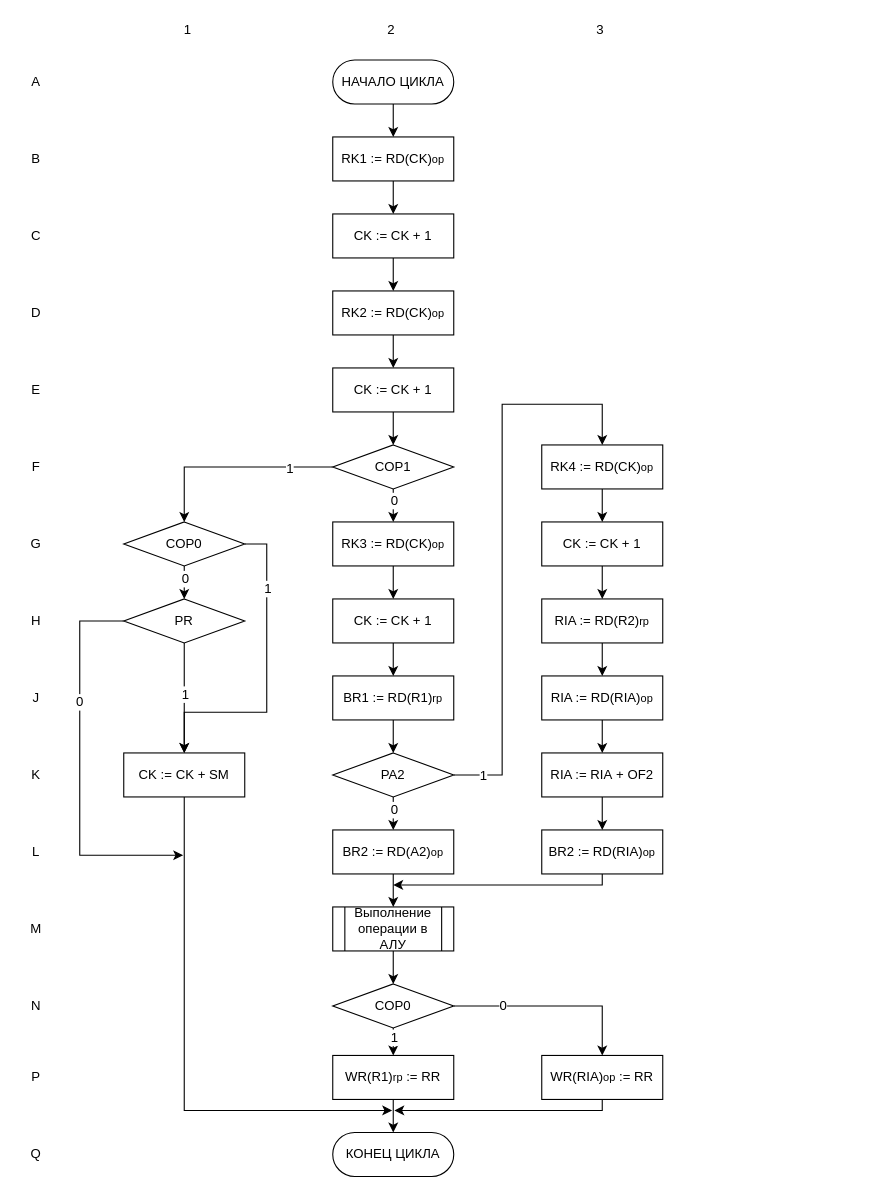
Before: draw.io/buk_Diagram.drawio in meyakovenkoj/processor-coursework, a draw.io diagram. Source tidied: cells renumbered, new cells numbered last; positions are measured from the earlier drawing's top-left corner, leaving out a move shared by most shapes. Both pictures are drawn from the tidied source at 110%, with x=0, y=0 at pixel (19, 19).
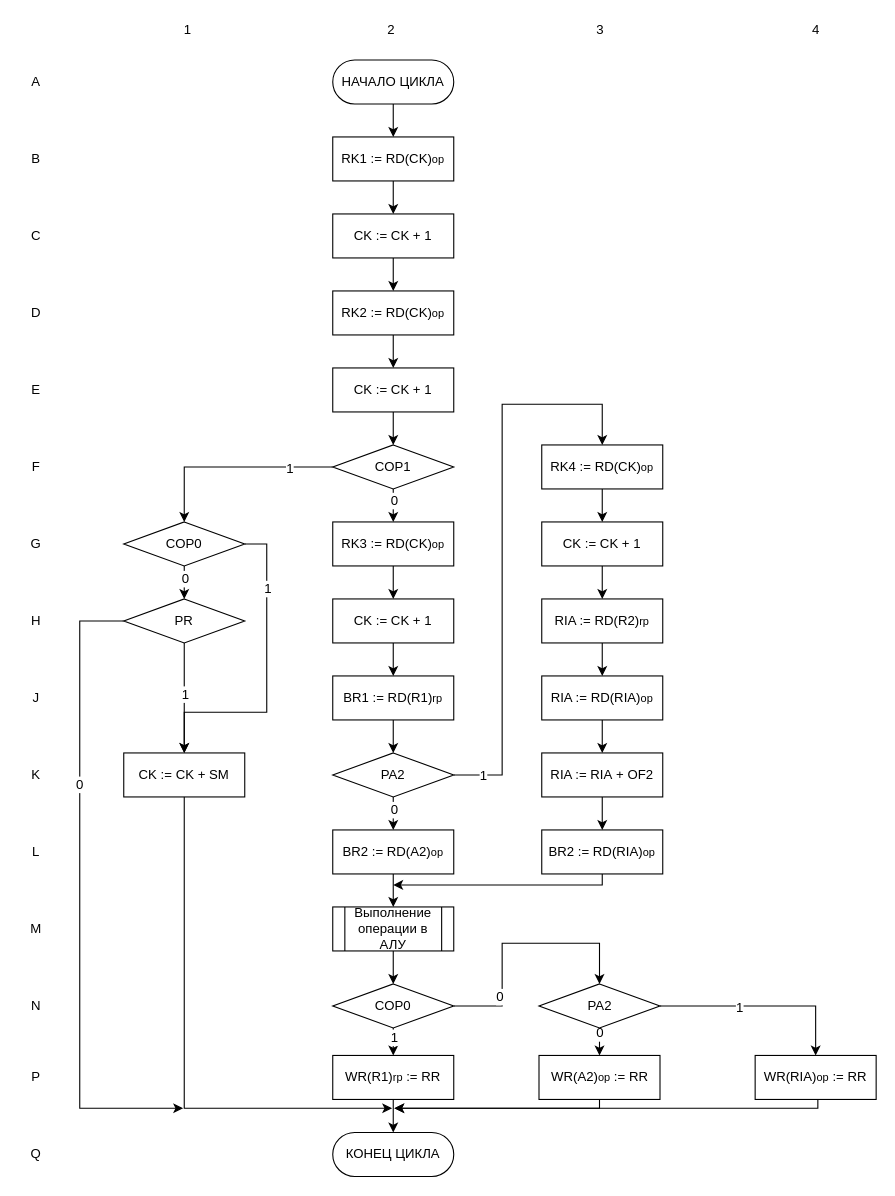
After the change.

The change refers to these unchanged cells:
```xml
<mxCell id="33" value="COP0" style="rhombus;whiteSpace=wrap;html=1;" parent="1" vertex="1">
  <mxGeometry x="285" y="877" width="110" height="40" as="geometry" />
</mxCell>
<mxCell id="40" value="CK := CK + SM" style="rounded=0;whiteSpace=wrap;html=1;" parent="1" vertex="1">
  <mxGeometry x="95" y="667" width="110" height="40" as="geometry" />
</mxCell>
<mxCell id="45" value="PR" style="rhombus;whiteSpace=wrap;html=1;" parent="1" vertex="1">
  <mxGeometry x="95" y="527" width="110" height="40" as="geometry" />
</mxCell>
```

The edit, as a diff of the source:
```diff
@@
-    <mxCell id="29" style="edgeStyle=orthogonalEdgeStyle;rounded=0;jettySize=auto;html=1;exitX=1;exitY=0.5;exitDx=0;exitDy=0;entryX=0.5;entryY=0;entryDx=0;entryDy=0;" parent="1" edge="1" source="33" target="35">
+    <mxCell id="29" style="edgeStyle=orthogonalEdgeStyle;rounded=0;jettySize=auto;html=1;exitX=1;exitY=0.5;exitDx=0;exitDy=0;entryX=0.5;entryY=0;entryDx=0;entryDy=0;" parent="1" edge="1" source="33" target="88">
       <mxGeometry relative="1" as="geometry">
         <Array as="points">
-          <mxPoint x="530" y="897" />
+          <mxPoint x="439" y="897" />
+          <mxPoint x="439" y="840" />
+          <mxPoint x="528" y="840" />
         </Array>
       </mxGeometry>
     </mxCell>
@@
-    <mxCell id="34" style="edgeStyle=orthogonalEdgeStyle;rounded=0;jettySize=auto;html=1;exitX=0.5;exitY=1;exitDx=0;exitDy=0;" parent="1" edge="1" source="35">
+    <mxCell id="34" style="edgeStyle=orthogonalEdgeStyle;rounded=0;orthogonalLoop=1;jettySize=auto;html=1;exitX=0.5;exitY=1;exitDx=0;exitDy=0;" parent="1" edge="1">
       <mxGeometry relative="1" as="geometry">
-        <mxPoint x="341" y="992" as="targetPoint" />
+        <mxPoint x="527.5" y="980" as="sourcePoint" />
+        <mxPoint x="341" y="990" as="targetPoint" />
         <Array as="points">
-          <mxPoint x="520" y="992" />
-          <mxPoint x="341" y="992" />
+          <mxPoint x="528" y="990" />
         </Array>
       </mxGeometry>
     </mxCell>
-    <mxCell id="35" value="WR(RIA)&lt;font size=&quot;1&quot;&gt;op&lt;/font&gt; := RR" style="rounded=0;whiteSpace=wrap;html=1;" parent="1" vertex="1">
-      <mxGeometry x="475" y="942" width="110" height="40" as="geometry" />
+    <mxCell id="35" value="WR(A2)&lt;font size=&quot;1&quot;&gt;op&lt;/font&gt; := RR" style="rounded=0;whiteSpace=wrap;html=1;" parent="1" vertex="1">
+      <mxGeometry x="472.5" y="942" width="110" height="40" as="geometry" />
     </mxCell>
@@
-    <mxCell id="39" style="edgeStyle=orthogonalEdgeStyle;rounded=0;jettySize=auto;html=1;exitX=0.5;exitY=1;exitDx=0;exitDy=0;" parent="1" edge="1" source="40">
+    <mxCell id="39" style="edgeStyle=orthogonalEdgeStyle;rounded=0;orthogonalLoop=1;jettySize=auto;html=1;exitX=0.5;exitY=1;exitDx=0;exitDy=0;" parent="1" edge="1">
       <mxGeometry relative="1" as="geometry">
-        <mxPoint x="339" y="992" as="targetPoint" />
+        <mxPoint x="150" y="705" as="sourcePoint" />
+        <mxPoint x="339" y="990" as="targetPoint" />
         <Array as="points">
-          <mxPoint x="150" y="992" />
+          <mxPoint x="150" y="990" />
         </Array>
       </mxGeometry>
     </mxCell>
@@
     <mxCell id="43" style="edgeStyle=orthogonalEdgeStyle;rounded=0;jettySize=auto;html=1;exitX=0;exitY=0.5;exitDx=0;exitDy=0;" parent="1" edge="1" source="45">
       <mxGeometry relative="1" as="geometry">
-        <mxPoint x="149" y="760" as="targetPoint" />
+        <mxPoint x="149" y="990" as="targetPoint" />
         <Array as="points">
           <mxPoint x="55" y="547" />
-          <mxPoint x="55" y="760" />
-          <mxPoint x="149" y="760" />
+          <mxPoint x="55" y="990" />
         </Array>
       </mxGeometry>
     </mxCell>
@@
+    <mxCell id="84" style="edgeStyle=orthogonalEdgeStyle;rounded=0;jettySize=auto;html=1;entryX=0.5;entryY=0;entryDx=0;entryDy=0;" parent="1" edge="1" source="88" target="90">
+      <mxGeometry relative="1" as="geometry" />
+    </mxCell>
+    <mxCell id="85" value="1" style="text;html=1;align=center;verticalAlign=middle;labelBackgroundColor=#ffffff;" parent="84" vertex="1">
+      <mxGeometry x="-0.24" y="-1" relative="1" as="geometry">
+        <mxPoint x="1" as="offset" />
+      </mxGeometry>
+    </mxCell>
+    <mxCell id="86" style="edgeStyle=orthogonalEdgeStyle;rounded=0;jettySize=auto;html=1;entryX=0.5;entryY=0;entryDx=0;entryDy=0;" parent="1" edge="1" source="88" target="35">
+      <mxGeometry relative="1" as="geometry" />
+    </mxCell>
+    <mxCell id="87" value="0" style="text;html=1;align=center;verticalAlign=middle;labelBackgroundColor=#ffffff;" parent="86" vertex="1">
+      <mxGeometry x="0.27" y="1" relative="1" as="geometry">
+        <mxPoint x="-1" y="-1" as="offset" />
+      </mxGeometry>
+    </mxCell>
+    <mxCell id="88" value="PA2" style="rhombus;whiteSpace=wrap;html=1;" parent="1" vertex="1">
+      <mxGeometry x="472.5" y="877" width="110" height="40" as="geometry" />
+    </mxCell>
+    <mxCell id="89" style="edgeStyle=orthogonalEdgeStyle;rounded=0;orthogonalLoop=1;jettySize=auto;html=1;" parent="1" edge="1">
+      <mxGeometry relative="1" as="geometry">
+        <mxPoint x="726" y="982" as="sourcePoint" />
+        <mxPoint x="341" y="990" as="targetPoint" />
+        <Array as="points">
+          <mxPoint x="726" y="990" />
+        </Array>
+      </mxGeometry>
+    </mxCell>
+    <mxCell id="90" value="WR(RIA)&lt;font size=&quot;1&quot;&gt;op&lt;/font&gt; := RR" style="rounded=0;whiteSpace=wrap;html=1;" parent="1" vertex="1">
+      <mxGeometry x="669" y="942" width="110" height="40" as="geometry" />
+    </mxCell>
+    <mxCell id="91" value="4" style="text;html=1;align=center;verticalAlign=middle;" parent="1" vertex="1">
+      <mxGeometry x="714" width="20" height="20" as="geometry" />
+    </mxCell>
```
